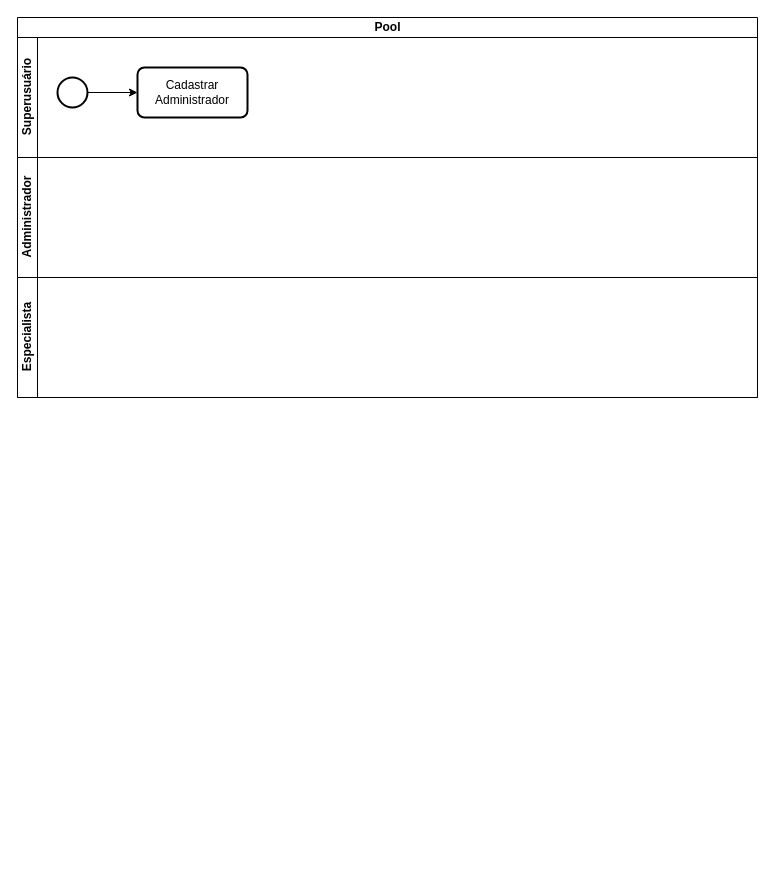
This is examples/gv/workflow.dio from brenokcc/slth, a draw.io file, before an edit. Source tidied: cells renumbered, new cells numbered last; positions are measured from the earlier drawing's top-left corner, leaving out a move shared by most shapes. Both pictures are drawn from the tidied source at 100%, with x=0, y=0 at pixel (17, 17).
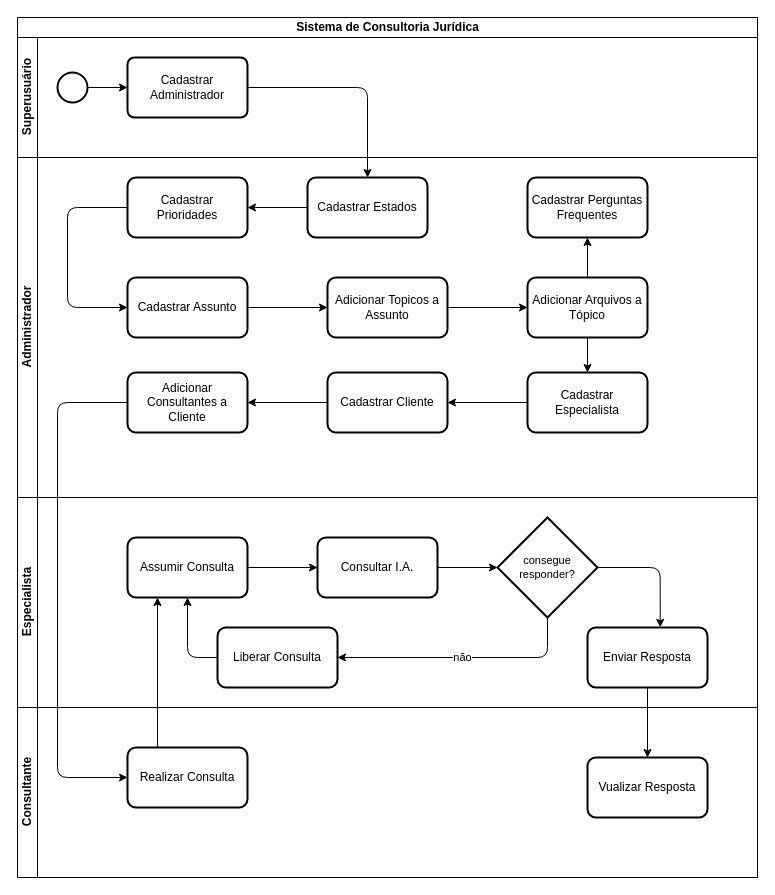
Above is the later version.

Unchanged cells that the change refers to:
```xml
<mxCell id="3" value="Superusuário" style="swimlane;startSize=20;horizontal=0;html=1;" parent="2" vertex="1">
  <mxGeometry y="20" width="740" height="120" as="geometry" />
</mxCell>
```

Diff of the diagram source:
```diff
@@
-    <mxCell id="2" value="Pool" style="swimlane;horizontal=1;startSize=20;html=1;" parent="1" vertex="1">
-      <mxGeometry width="740" height="380" as="geometry" />
+    <mxCell id="2" value="Sistema de Consultoria Jurídica" style="swimlane;horizontal=1;startSize=20;html=1;" parent="1" vertex="1">
+      <mxGeometry width="740" height="860" as="geometry" />
     </mxCell>
@@
     <mxCell id="5" style="strokeWidth=2;html=1;shape=mxgraph.flowchart.start_2;whiteSpace=wrap;" parent="3" vertex="1">
-      <mxGeometry x="40" y="40" width="30" height="30" as="geometry" />
+      <mxGeometry x="40" y="35" width="30" height="30" as="geometry" />
     </mxCell>
     <mxCell id="6" value="Cadastrar Administrador" style="rounded=1;whiteSpace=wrap;html=1;absoluteArcSize=1;arcSize=14;strokeWidth=2;" parent="3" vertex="1">
-      <mxGeometry x="120" y="30" width="110" height="50" as="geometry" />
+      <mxGeometry x="110" y="20" width="120" height="60" as="geometry" />
     </mxCell>
     <mxCell id="7" value="Administrador" style="swimlane;startSize=20;horizontal=0;html=1;" parent="2" vertex="1">
-      <mxGeometry y="140" width="740" height="120" as="geometry" />
+      <mxGeometry y="140" width="740" height="340" as="geometry" />
     </mxCell>
+    <mxCell id="9" style="edgeStyle=none;html=1;" parent="7" edge="1" source="10" target="12">
+      <mxGeometry relative="1" as="geometry" />
+    </mxCell>
+    <mxCell id="10" value="Cadastrar Assunto" style="whiteSpace=wrap;html=1;rounded=1;arcSize=14;strokeWidth=2;" parent="7" vertex="1">
+      <mxGeometry x="110" y="120" width="120" height="60" as="geometry" />
+    </mxCell>
+    <mxCell id="11" style="edgeStyle=none;html=1;" parent="7" edge="1" source="12" target="15">
+      <mxGeometry relative="1" as="geometry" />
+    </mxCell>
+    <mxCell id="12" value="Adicionar Topicos a Assunto" style="whiteSpace=wrap;html=1;rounded=1;arcSize=14;strokeWidth=2;" parent="7" vertex="1">
+      <mxGeometry x="310" y="120" width="120" height="60" as="geometry" />
+    </mxCell>
+    <mxCell id="13" style="edgeStyle=orthogonalEdgeStyle;shape=connector;rounded=1;html=1;entryX=0.5;entryY=1;entryDx=0;entryDy=0;labelBackgroundColor=default;strokeColor=default;fontFamily=Helvetica;fontSize=11;fontColor=default;endArrow=classic;" parent="7" edge="1" source="15" target="22">
+      <mxGeometry relative="1" as="geometry" />
+    </mxCell>
+    <mxCell id="14" style="edgeStyle=orthogonalEdgeStyle;shape=connector;rounded=1;html=1;exitX=0.5;exitY=1;exitDx=0;exitDy=0;entryX=0.5;entryY=0;entryDx=0;entryDy=0;labelBackgroundColor=default;strokeColor=default;fontFamily=Helvetica;fontSize=11;fontColor=default;endArrow=classic;" parent="7" edge="1" source="15" target="21">
+      <mxGeometry relative="1" as="geometry" />
+    </mxCell>
+    <mxCell id="15" value="Adicionar Arquivos a Tópico" style="whiteSpace=wrap;html=1;rounded=1;arcSize=14;strokeWidth=2;" parent="7" vertex="1">
+      <mxGeometry x="510" y="120" width="120" height="60" as="geometry" />
+    </mxCell>
+    <mxCell id="16" style="edgeStyle=orthogonalEdgeStyle;shape=connector;rounded=1;html=1;entryX=0;entryY=0.5;entryDx=0;entryDy=0;labelBackgroundColor=default;strokeColor=default;fontFamily=Helvetica;fontSize=11;fontColor=default;endArrow=classic;exitX=0;exitY=0.5;exitDx=0;exitDy=0;" parent="7" edge="1" source="17" target="10">
+      <mxGeometry relative="1" as="geometry">
+        <Array as="points">
+          <mxPoint x="50" y="50" />
+          <mxPoint x="50" y="150" />
+        </Array>
+      </mxGeometry>
+    </mxCell>
+    <mxCell id="17" value="Cadastrar&lt;br&gt;Prioridades" style="whiteSpace=wrap;html=1;rounded=1;arcSize=14;strokeWidth=2;" parent="7" vertex="1">
+      <mxGeometry x="110" y="20" width="120" height="60" as="geometry" />
+    </mxCell>
+    <mxCell id="18" style="edgeStyle=orthogonalEdgeStyle;shape=connector;rounded=1;html=1;entryX=1;entryY=0.5;entryDx=0;entryDy=0;labelBackgroundColor=default;strokeColor=default;fontFamily=Helvetica;fontSize=11;fontColor=default;endArrow=classic;" parent="7" edge="1" source="19" target="17">
+      <mxGeometry relative="1" as="geometry" />
+    </mxCell>
+    <mxCell id="19" value="Cadastrar Estados" style="whiteSpace=wrap;html=1;rounded=1;arcSize=14;strokeWidth=2;" parent="7" vertex="1">
+      <mxGeometry x="290" y="20" width="120" height="60" as="geometry" />
+    </mxCell>
+    <mxCell id="20" style="edgeStyle=orthogonalEdgeStyle;shape=connector;rounded=1;html=1;labelBackgroundColor=default;strokeColor=default;fontFamily=Helvetica;fontSize=11;fontColor=default;endArrow=classic;" parent="7" edge="1" source="21" target="24">
+      <mxGeometry relative="1" as="geometry" />
+    </mxCell>
+    <mxCell id="21" value="Cadastrar Especialista" style="whiteSpace=wrap;html=1;rounded=1;arcSize=14;strokeWidth=2;" parent="7" vertex="1">
+      <mxGeometry x="510" y="215" width="120" height="60" as="geometry" />
+    </mxCell>
+    <mxCell id="22" value="Cadastrar Perguntas Frequentes" style="whiteSpace=wrap;html=1;rounded=1;arcSize=14;strokeWidth=2;" parent="7" vertex="1">
+      <mxGeometry x="510" y="20" width="120" height="60" as="geometry" />
+    </mxCell>
+    <mxCell id="23" style="edgeStyle=orthogonalEdgeStyle;shape=connector;rounded=1;html=1;exitX=0;exitY=0.5;exitDx=0;exitDy=0;entryX=1;entryY=0.5;entryDx=0;entryDy=0;labelBackgroundColor=default;strokeColor=default;fontFamily=Helvetica;fontSize=11;fontColor=default;endArrow=classic;" parent="7" edge="1" source="24" target="25">
+      <mxGeometry relative="1" as="geometry" />
+    </mxCell>
+    <mxCell id="24" value="Cadastrar Cliente" style="whiteSpace=wrap;html=1;rounded=1;arcSize=14;strokeWidth=2;" parent="7" vertex="1">
+      <mxGeometry x="310" y="215" width="120" height="60" as="geometry" />
+    </mxCell>
+    <mxCell id="25" value="Adicionar Consultantes a Cliente" style="whiteSpace=wrap;html=1;rounded=1;arcSize=14;strokeWidth=2;" parent="7" vertex="1">
+      <mxGeometry x="110" y="215" width="120" height="60" as="geometry" />
+    </mxCell>
     <mxCell id="8" value="Especialista" style="swimlane;startSize=20;horizontal=0;html=1;" parent="2" vertex="1">
-      <mxGeometry y="260" width="740" height="120" as="geometry" />
+      <mxGeometry y="480" width="740" height="210" as="geometry" />
     </mxCell>
+    <mxCell id="26" style="edgeStyle=orthogonalEdgeStyle;shape=connector;rounded=1;html=1;exitX=1;exitY=0.5;exitDx=0;exitDy=0;entryX=0;entryY=0.5;entryDx=0;entryDy=0;labelBackgroundColor=default;strokeColor=default;fontFamily=Helvetica;fontSize=11;fontColor=default;endArrow=classic;" parent="8" edge="1" source="27" target="32">
+      <mxGeometry relative="1" as="geometry" />
+    </mxCell>
+    <mxCell id="27" value="Assumir Consulta" style="whiteSpace=wrap;html=1;rounded=1;arcSize=14;strokeWidth=2;" parent="8" vertex="1">
+      <mxGeometry x="110" y="40" width="120" height="60" as="geometry" />
+    </mxCell>
+    <mxCell id="28" value="não" style="edgeStyle=orthogonalEdgeStyle;shape=connector;rounded=1;html=1;entryX=1;entryY=0.5;entryDx=0;entryDy=0;labelBackgroundColor=default;strokeColor=default;fontFamily=Helvetica;fontSize=11;fontColor=default;endArrow=classic;exitX=0.5;exitY=1;exitDx=0;exitDy=0;exitPerimeter=0;" parent="8" edge="1" source="30" target="34">
+      <mxGeometry relative="1" as="geometry" />
+    </mxCell>
+    <mxCell id="29" style="edgeStyle=orthogonalEdgeStyle;shape=connector;rounded=1;html=1;entryX=0.606;entryY=-0.003;entryDx=0;entryDy=0;entryPerimeter=0;labelBackgroundColor=default;strokeColor=default;fontFamily=Helvetica;fontSize=11;fontColor=default;endArrow=classic;" parent="8" edge="1" source="30" target="33">
+      <mxGeometry relative="1" as="geometry">
+        <Array as="points">
+          <mxPoint x="643" y="70" />
+        </Array>
+      </mxGeometry>
+    </mxCell>
+    <mxCell id="30" value="consegue responder?" style="strokeWidth=2;html=1;shape=mxgraph.flowchart.decision;whiteSpace=wrap;fontFamily=Helvetica;fontSize=11;fontColor=default;" parent="8" vertex="1">
+      <mxGeometry x="480" y="20" width="100" height="100" as="geometry" />
+    </mxCell>
+    <mxCell id="31" style="edgeStyle=orthogonalEdgeStyle;shape=connector;rounded=1;html=1;entryX=0;entryY=0.5;entryDx=0;entryDy=0;entryPerimeter=0;labelBackgroundColor=default;strokeColor=default;fontFamily=Helvetica;fontSize=11;fontColor=default;endArrow=classic;" parent="8" edge="1" source="32" target="30">
+      <mxGeometry relative="1" as="geometry" />
+    </mxCell>
+    <mxCell id="32" value="Consultar I.A." style="whiteSpace=wrap;html=1;rounded=1;arcSize=14;strokeWidth=2;" parent="8" vertex="1">
+      <mxGeometry x="300" y="40" width="120" height="60" as="geometry" />
+    </mxCell>
+    <mxCell id="33" value="Enviar Resposta" style="whiteSpace=wrap;html=1;rounded=1;arcSize=14;strokeWidth=2;" parent="8" vertex="1">
+      <mxGeometry x="570" y="130" width="120" height="60" as="geometry" />
+    </mxCell>
+    <mxCell id="34" value="Liberar Consulta" style="whiteSpace=wrap;html=1;rounded=1;arcSize=14;strokeWidth=2;" parent="8" vertex="1">
+      <mxGeometry x="200" y="130" width="120" height="60" as="geometry" />
+    </mxCell>
+    <mxCell id="35" style="edgeStyle=orthogonalEdgeStyle;shape=connector;rounded=1;html=1;labelBackgroundColor=default;strokeColor=default;fontFamily=Helvetica;fontSize=11;fontColor=default;endArrow=classic;entryX=0.5;entryY=1;entryDx=0;entryDy=0;exitX=0;exitY=0.5;exitDx=0;exitDy=0;" parent="8" edge="1" source="34" target="27">
+      <mxGeometry relative="1" as="geometry" />
+    </mxCell>
+    <mxCell id="36" value="Consultante" style="swimlane;startSize=20;horizontal=0;html=1;" parent="2" vertex="1">
+      <mxGeometry y="690" width="740" height="170" as="geometry" />
+    </mxCell>
+    <mxCell id="37" value="Realizar Consulta" style="whiteSpace=wrap;html=1;rounded=1;arcSize=14;strokeWidth=2;" parent="36" vertex="1">
+      <mxGeometry x="110" y="40" width="120" height="60" as="geometry" />
+    </mxCell>
+    <mxCell id="38" value="Vualizar Resposta" style="whiteSpace=wrap;html=1;rounded=1;arcSize=14;strokeWidth=2;" parent="36" vertex="1">
+      <mxGeometry x="570" y="50" width="120" height="60" as="geometry" />
+    </mxCell>
+    <mxCell id="39" style="edgeStyle=orthogonalEdgeStyle;html=1;exitX=1;exitY=0.5;exitDx=0;exitDy=0;entryX=0.5;entryY=0;entryDx=0;entryDy=0;" parent="2" edge="1" source="6" target="19">
+      <mxGeometry relative="1" as="geometry" />
+    </mxCell>
+    <mxCell id="40" style="edgeStyle=orthogonalEdgeStyle;shape=connector;rounded=1;html=1;labelBackgroundColor=default;strokeColor=default;fontFamily=Helvetica;fontSize=11;fontColor=default;endArrow=classic;exitX=0;exitY=0.5;exitDx=0;exitDy=0;entryX=0;entryY=0.5;entryDx=0;entryDy=0;" parent="2" edge="1" source="25" target="37">
+      <mxGeometry relative="1" as="geometry">
+        <Array as="points">
+          <mxPoint x="40" y="385" />
+          <mxPoint x="40" y="760" />
+        </Array>
+      </mxGeometry>
+    </mxCell>
+    <mxCell id="41" style="edgeStyle=orthogonalEdgeStyle;shape=connector;rounded=1;html=1;entryX=0.25;entryY=1;entryDx=0;entryDy=0;labelBackgroundColor=default;strokeColor=default;fontFamily=Helvetica;fontSize=11;fontColor=default;endArrow=classic;exitX=0.25;exitY=0;exitDx=0;exitDy=0;" parent="2" edge="1" source="37" target="27">
+      <mxGeometry relative="1" as="geometry" />
+    </mxCell>
+    <mxCell id="42" style="edgeStyle=orthogonalEdgeStyle;shape=connector;rounded=1;html=1;entryX=0.5;entryY=0;entryDx=0;entryDy=0;labelBackgroundColor=default;strokeColor=default;fontFamily=Helvetica;fontSize=11;fontColor=default;endArrow=classic;" parent="2" edge="1" source="33" target="38">
+      <mxGeometry relative="1" as="geometry" />
+    </mxCell>
```
